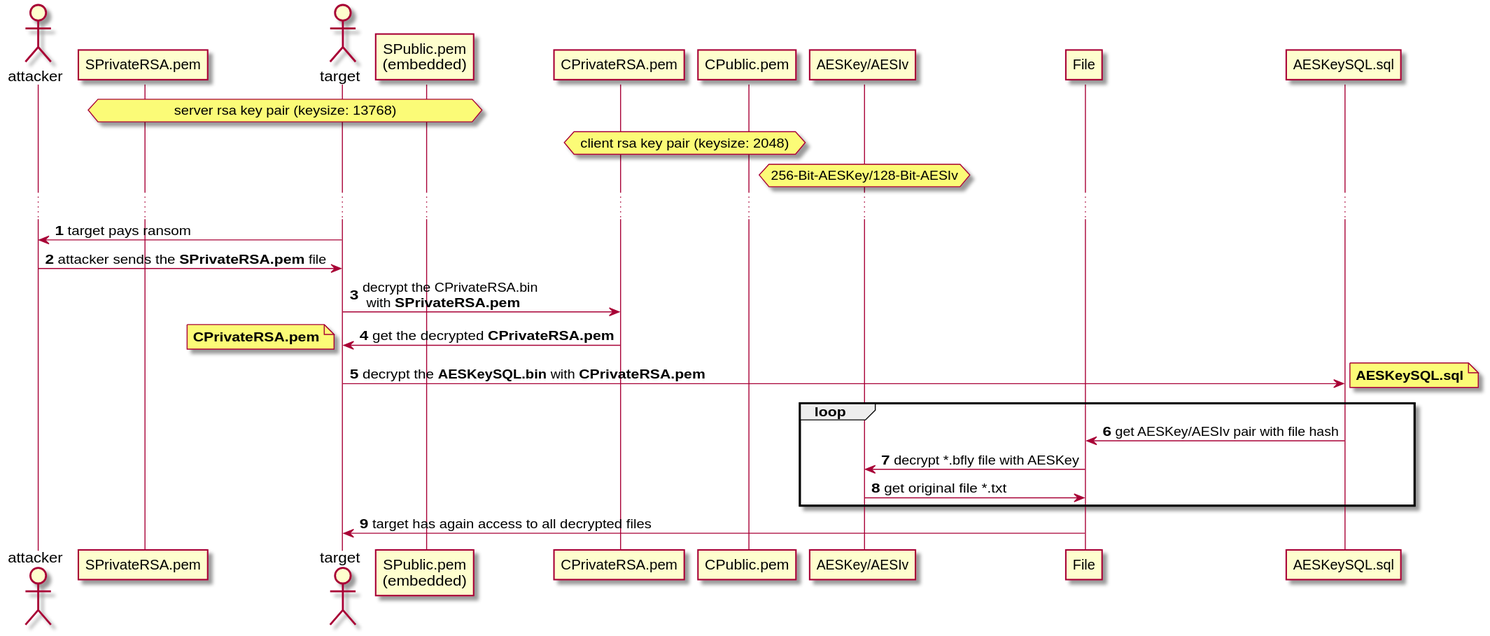
Above: architecture/sequence_diagrams/decryption.svg in bierschi/butterfly (PlantUML), before the change.
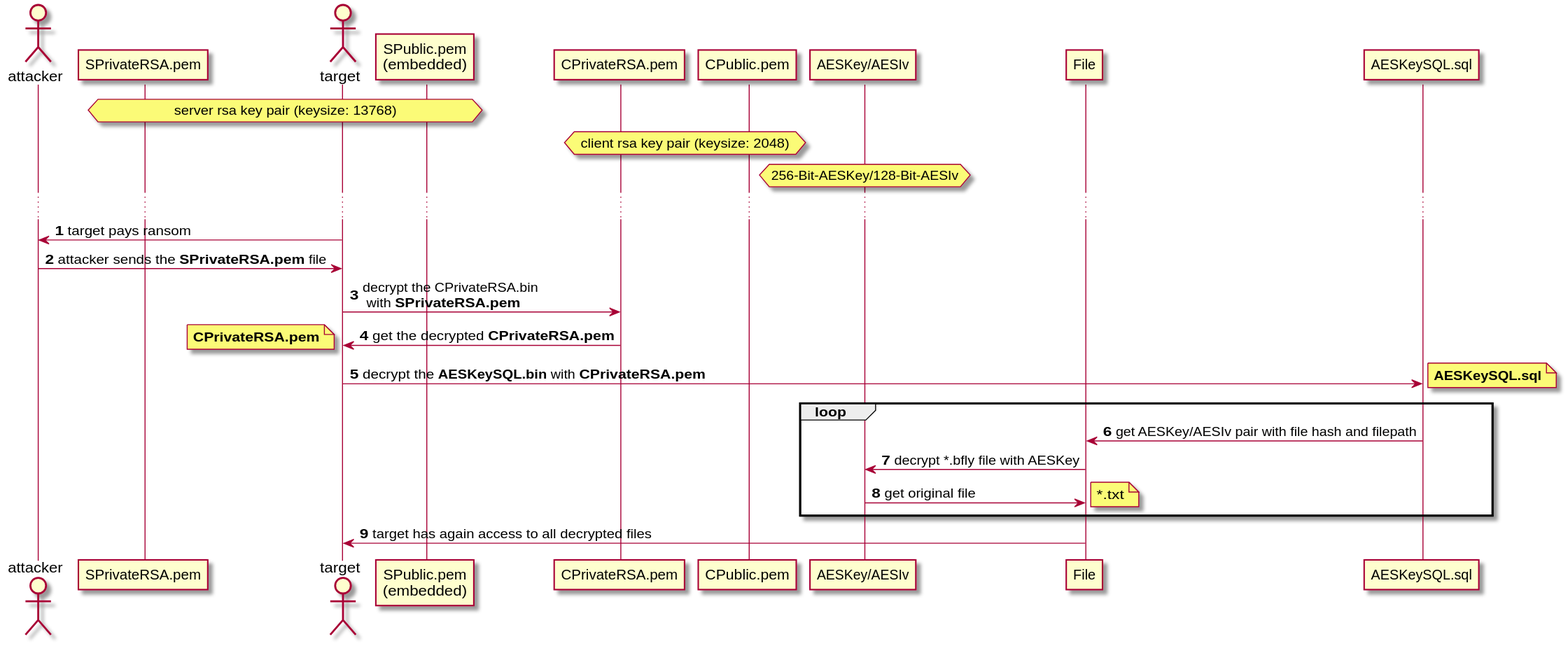
After the change.

Commit message:
Updated the encryption decryption sequence diagram

Change to the diagram source:
```diff
@@ -1,4 +1,5 @@
 @startuml
+
 actor attacker
 participant SPrivateRSA.pem as SPrivate
 actor target
@@ -23,9 +24,11 @@
 target -> AESKeySQL: decrypt the **AESKeySQL.bin** with **CPrivateRSA.pem**
 note right: **AESKeySQL.sql**
 loop
-File <- AESKeySQL: get AESKey/AESIv pair with file hash
+File <- AESKeySQL: get AESKey/AESIv pair with file hash and filepath
 File -> AESKey: decrypt *.bfly file with AESKey
-File <- AESKey: get original file *.txt
+File <- AESKey: get original file
+note right: ~*.txt
 end
 File -> target: target has again access to all decrypted files
+
 @enduml
```
